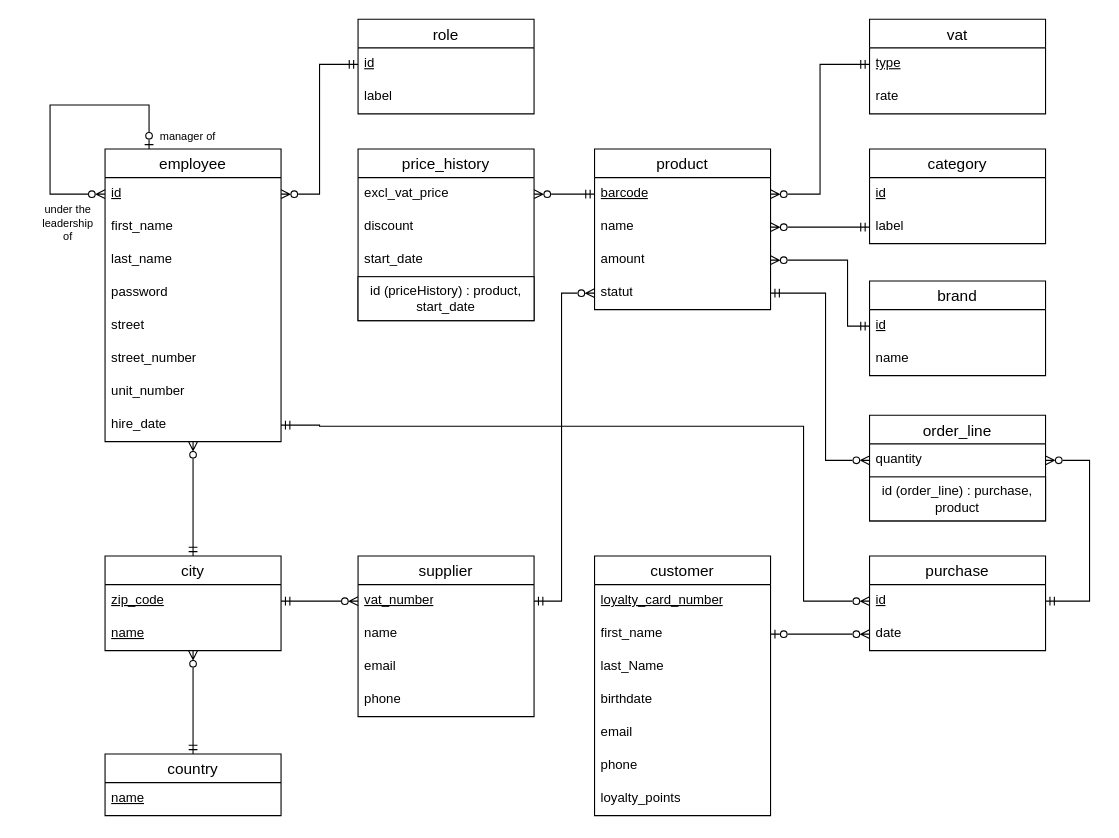
This is docs/DB/DB.drawio from maxoux53/petit-bazar, a draw.io file, before an edit. Source tidied: cells renumbered, new cells numbered last; positions are measured from the earlier drawing's top-left corner, leaving out a move shared by most shapes. Both pictures are drawn from the tidied source at 110%, with x=0, y=0 at pixel (38, 19).
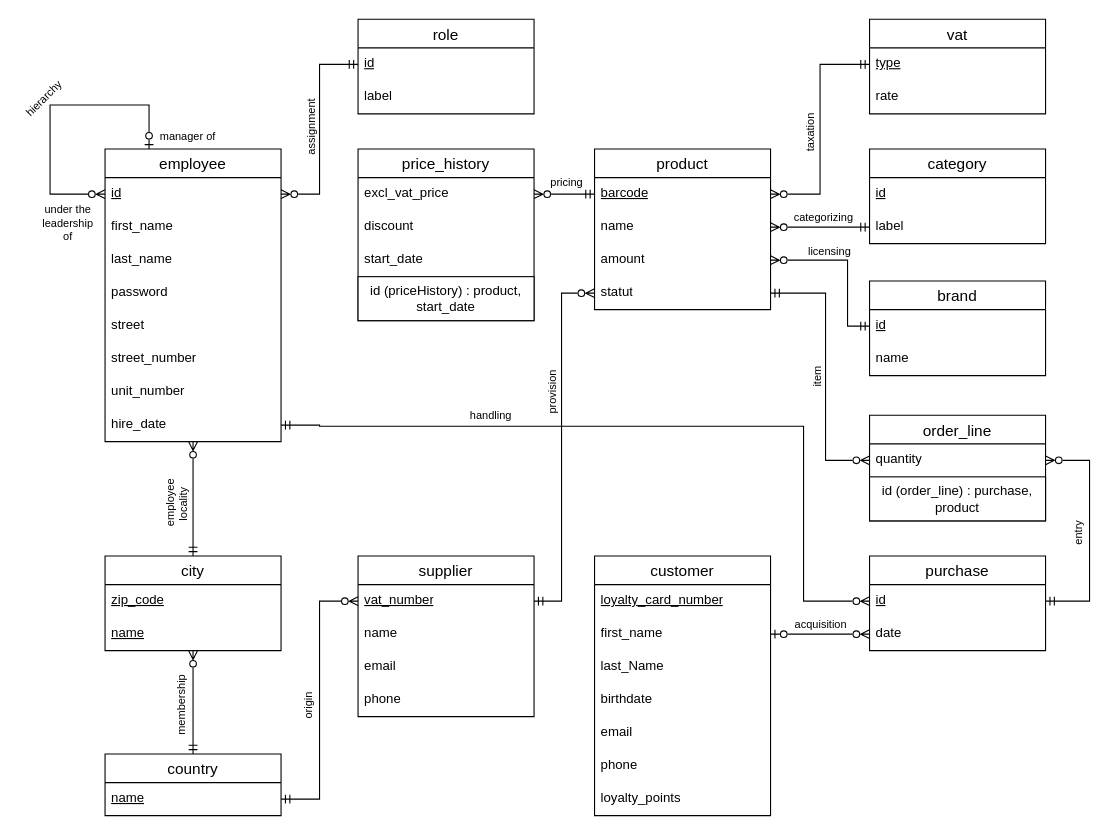
Above is the later version.

Commit message:
relationships naming

Unchanged cells that the change refers to:
```xml
<mxCell id="22" value="&lt;u&gt;vat_number&lt;/u&gt;" style="text;strokeColor=none;fillColor=none;spacingLeft=4;spacingRight=4;overflow=hidden;points=[[0,0.5],[1,0.5]];portConstraint=eastwest;fontSize=12;whiteSpace=wrap;html=1;" parent="21" vertex="1">
  <mxGeometry y="26" width="160" height="30" as="geometry" />
</mxCell>
<mxCell id="28" value="&lt;u&gt;zip_code&lt;/u&gt;" style="text;strokeColor=none;fillColor=none;spacingLeft=4;spacingRight=4;overflow=hidden;points=[[0,0.5],[1,0.5]];portConstraint=eastwest;fontSize=12;whiteSpace=wrap;html=1;" parent="27" vertex="1">
  <mxGeometry y="26" width="160" height="30" as="geometry" />
</mxCell>
<mxCell id="32" value="&lt;u&gt;name&lt;/u&gt;" style="text;strokeColor=none;fillColor=none;spacingLeft=4;spacingRight=4;overflow=hidden;points=[[0,0.5],[1,0.5]];portConstraint=eastwest;fontSize=12;whiteSpace=wrap;html=1;" parent="31" vertex="1">
  <mxGeometry y="26" width="160" height="30" as="geometry" />
</mxCell>
```

Diff of the diagram source:
```diff
@@
-    <mxCell id="52" style="edgeStyle=orthogonalEdgeStyle;rounded=0;jettySize=auto;html=1;exitX=0;exitY=0.5;exitDx=0;exitDy=0;entryX=1;entryY=0.5;entryDx=0;entryDy=0;endArrow=ERmandOne;endFill=0;startArrow=ERzeroToMany;startFill=0;" parent="1" edge="1" source="22" target="28">
+    <mxCell id="52" style="edgeStyle=orthogonalEdgeStyle;rounded=0;jettySize=auto;html=1;exitX=0;exitY=0.5;exitDx=0;exitDy=0;entryX=1;entryY=0.5;entryDx=0;entryDy=0;endArrow=ERmandOne;endFill=0;startArrow=ERzeroToMany;startFill=0;" parent="1" edge="1" source="22" target="32">
       <mxGeometry relative="1" as="geometry" />
     </mxCell>
@@
+    <mxCell id="73" value="&amp;nbsp;employee locality" style="text;html=1;align=center;verticalAlign=middle;whiteSpace=wrap;rounded=0;rotation=-90;fontSize=10;" parent="1" vertex="1">
+      <mxGeometry x="95" y="426" width="60" height="30" as="geometry" />
+    </mxCell>
+    <mxCell id="74" value="membership" style="text;html=1;align=center;verticalAlign=middle;whiteSpace=wrap;rounded=0;rotation=-90;fontSize=10;" parent="1" vertex="1">
+      <mxGeometry x="94.5" y="614" width="70" height="20" as="geometry" />
+    </mxCell>
+    <mxCell id="75" value="acquisition" style="text;html=1;align=center;verticalAlign=middle;whiteSpace=wrap;rounded=0;rotation=0;fontSize=10;" parent="1" vertex="1">
+      <mxGeometry x="681" y="545" width="60" height="10" as="geometry" />
+    </mxCell>
+    <mxCell id="76" value="&lt;div&gt;handling&lt;/div&gt;" style="text;html=1;align=center;verticalAlign=middle;whiteSpace=wrap;rounded=0;rotation=0;fontSize=10;" parent="1" vertex="1">
+      <mxGeometry x="381" y="350" width="60" height="20" as="geometry" />
+    </mxCell>
+    <mxCell id="77" value="&lt;div&gt;taxation&lt;/div&gt;" style="text;html=1;align=center;verticalAlign=middle;whiteSpace=wrap;rounded=0;rotation=-90;fontSize=10;" parent="1" vertex="1">
+      <mxGeometry x="676" y="93" width="50" height="20" as="geometry" />
+    </mxCell>
+    <mxCell id="78" value="&lt;div&gt;licensing&lt;/div&gt;" style="text;html=1;align=center;verticalAlign=middle;whiteSpace=wrap;rounded=0;rotation=0;fontSize=10;" parent="1" vertex="1">
+      <mxGeometry x="694" y="201" width="50" height="20" as="geometry" />
+    </mxCell>
+    <mxCell id="79" value="&lt;div&gt;categorizing&lt;/div&gt;" style="text;html=1;align=center;verticalAlign=middle;whiteSpace=wrap;rounded=0;rotation=0;fontSize=10;" parent="1" vertex="1">
+      <mxGeometry x="684" y="172" width="59" height="15" as="geometry" />
+    </mxCell>
+    <mxCell id="80" value="provision" style="text;html=1;align=center;verticalAlign=middle;whiteSpace=wrap;rounded=0;rotation=-90;fontSize=10;" parent="1" vertex="1">
+      <mxGeometry x="441" y="329" width="50" height="20" as="geometry" />
+    </mxCell>
+    <mxCell id="81" value="assignment" style="text;html=1;align=center;verticalAlign=middle;whiteSpace=wrap;rounded=0;rotation=-90;fontSize=10;" parent="1" vertex="1">
+      <mxGeometry x="220" y="88" width="54" height="20" as="geometry" />
+    </mxCell>
+    <mxCell id="82" value="&lt;div&gt;pricing&lt;/div&gt;" style="text;html=1;align=center;verticalAlign=middle;whiteSpace=wrap;rounded=0;rotation=0;fontSize=10;" parent="1" vertex="1">
+      <mxGeometry x="463" y="140" width="34" height="15" as="geometry" />
+    </mxCell>
+    <mxCell id="83" value="&lt;div&gt;origin&lt;/div&gt;" style="text;html=1;align=center;verticalAlign=middle;whiteSpace=wrap;rounded=0;rotation=-90;fontSize=10;" parent="1" vertex="1">
+      <mxGeometry x="230" y="614" width="30" height="20" as="geometry" />
+    </mxCell>
+    <mxCell id="84" value="&lt;div&gt;item&lt;/div&gt;" style="text;html=1;align=center;verticalAlign=middle;whiteSpace=wrap;rounded=0;rotation=-90;fontSize=10;" parent="1" vertex="1">
+      <mxGeometry x="692" y="315" width="30" height="20" as="geometry" />
+    </mxCell>
+    <mxCell id="85" value="&lt;div&gt;entry&lt;/div&gt;" style="text;html=1;align=center;verticalAlign=middle;whiteSpace=wrap;rounded=0;rotation=-90;fontSize=10;" parent="1" vertex="1">
+      <mxGeometry x="930" y="457" width="30" height="20" as="geometry" />
+    </mxCell>
+    <mxCell id="86" value="&lt;div&gt;hierarchy&lt;/div&gt;" style="text;html=1;align=center;verticalAlign=middle;whiteSpace=wrap;rounded=0;rotation=-45;fontSize=10;" parent="1" vertex="1">
+      <mxGeometry x="-20" y="64" width="48" height="15" as="geometry" />
+    </mxCell>
```
